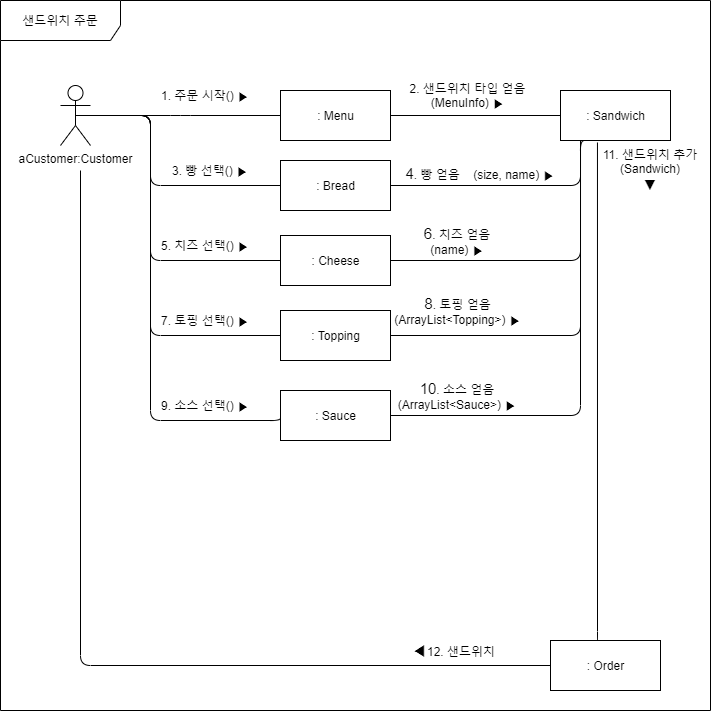
Earlier version of the draw.io export 상세명세서/Behavioral Model/communication diagram/select sandwich2.png (distroytest/KNUSD-20202-Team05). Source tidied: cells renumbered, new cells last; positions are measured from the earlier drawing's top-left corner, leaving out a move shared by most shapes.
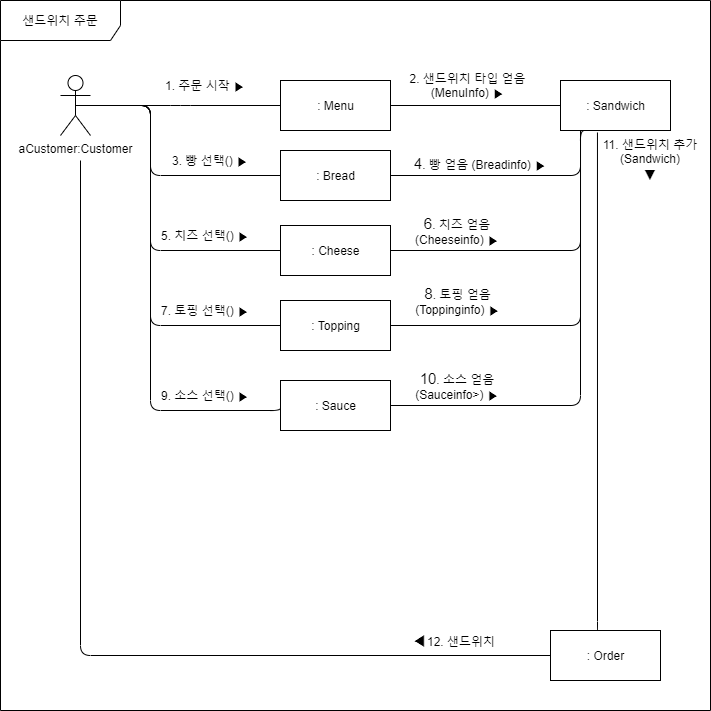
Above is the later version.

Diff of the diagram source:
```diff
@@ -15,26 +15,26 @@
         </Array>
       </mxGeometry>
     </mxCell>
-    <mxCell id="5" value="1. 주문 시작()&amp;nbsp;▶" style="text;html=1;strokeColor=none;fillColor=none;align=center;verticalAlign=middle;whiteSpace=wrap;rounded=0;" parent="1" vertex="1">
+    <mxCell id="5" value="1. 주문 시작 ▶" style="text;html=1;strokeColor=none;fillColor=none;align=center;verticalAlign=middle;whiteSpace=wrap;rounded=0;" parent="1" vertex="1">
       <mxGeometry x="150" y="85" width="110" height="20" as="geometry" />
     </mxCell>
     <mxCell id="6" value=": Sandwich" style="html=1;" parent="1" vertex="1">
       <mxGeometry x="560" y="90" width="110" height="50" as="geometry" />
     </mxCell>
-    <mxCell id="7" value="&lt;span style=&quot;font-size: 15px ; background-color: rgb(255 , 255 , 255)&quot;&gt;4&lt;/span&gt;. 빵 얻음&amp;nbsp; &amp;nbsp; (size, name) ▶&lt;br&gt;&amp;nbsp;" style="text;html=1;strokeColor=none;fillColor=none;align=center;verticalAlign=middle;whiteSpace=wrap;rounded=0;" parent="1" vertex="1">
+    <mxCell id="7" value="&lt;span style=&quot;font-size: 15px ; background-color: rgb(255 , 255 , 255)&quot;&gt;4&lt;/span&gt;. 빵 얻음 (Breadinfo) ▶&lt;br&gt;&amp;nbsp;" style="text;html=1;strokeColor=none;fillColor=none;align=center;verticalAlign=middle;whiteSpace=wrap;rounded=0;" parent="1" vertex="1">
       <mxGeometry x="400" y="170" width="160" height="20" as="geometry" />
     </mxCell>
-    <mxCell id="8" value="&lt;span style=&quot;font-size: 15px ; background-color: rgb(255 , 255 , 255)&quot;&gt;6&lt;/span&gt;. 치즈 얻음(name)&amp;nbsp;▶" style="text;html=1;strokeColor=none;fillColor=none;align=center;verticalAlign=middle;whiteSpace=wrap;rounded=0;" parent="1" vertex="1">
+    <mxCell id="8" value="&lt;span style=&quot;font-size: 15px ; background-color: rgb(255 , 255 , 255)&quot;&gt;6&lt;/span&gt;. 치즈 얻음(Cheeseinfo)&amp;nbsp;▶" style="text;html=1;strokeColor=none;fillColor=none;align=center;verticalAlign=middle;whiteSpace=wrap;rounded=0;" parent="1" vertex="1">
       <mxGeometry x="407.2" y="230" width="100" height="20" as="geometry" />
     </mxCell>
-    <mxCell id="9" value="&lt;span style=&quot;font-size: 15px ; background-color: rgb(255 , 255 , 255)&quot;&gt;8&lt;/span&gt;. 토핑 얻음(ArrayList&amp;lt;Topping&amp;gt;) ▶" style="text;html=1;strokeColor=none;fillColor=none;align=center;verticalAlign=middle;whiteSpace=wrap;rounded=0;" parent="1" vertex="1">
+    <mxCell id="9" value="&lt;span style=&quot;font-size: 15px ; background-color: rgb(255 , 255 , 255)&quot;&gt;8&lt;/span&gt;. 토핑 얻음(Toppinginfo) ▶" style="text;html=1;strokeColor=none;fillColor=none;align=center;verticalAlign=middle;whiteSpace=wrap;rounded=0;" parent="1" vertex="1">
       <mxGeometry x="391" y="300" width="132.5" height="20" as="geometry" />
     </mxCell>
-    <mxCell id="10" value="&lt;span style=&quot;font-size: 15px ; background-color: rgb(255 , 255 , 255)&quot;&gt;10&lt;/span&gt;. 소스 얻음(ArrayList&amp;lt;Sauce&amp;gt;)&amp;nbsp;▶" style="text;html=1;strokeColor=none;fillColor=none;align=center;verticalAlign=middle;whiteSpace=wrap;rounded=0;" parent="1" vertex="1">
+    <mxCell id="10" value="&lt;span style=&quot;font-size: 15px ; background-color: rgb(255 , 255 , 255)&quot;&gt;10&lt;/span&gt;. 소스 얻음(Sauceinfo&amp;gt;)&amp;nbsp;▶" style="text;html=1;strokeColor=none;fillColor=none;align=center;verticalAlign=middle;whiteSpace=wrap;rounded=0;" parent="1" vertex="1">
       <mxGeometry x="407.2" y="385" width="100" height="20" as="geometry" />
     </mxCell>
     <mxCell id="11" value="샌드위치 주문" style="shape=umlFrame;whiteSpace=wrap;html=1;width=120;height=40;" parent="1" vertex="1">
-      <mxGeometry width="710" height="710" as="geometry" />
+      <mxGeometry y="10" width="710" height="710" as="geometry" />
     </mxCell>
     <mxCell id="12" value=": Sauce" style="html=1;" parent="1" vertex="1">
       <mxGeometry x="280" y="390" width="110" height="50" as="geometry" />
```
